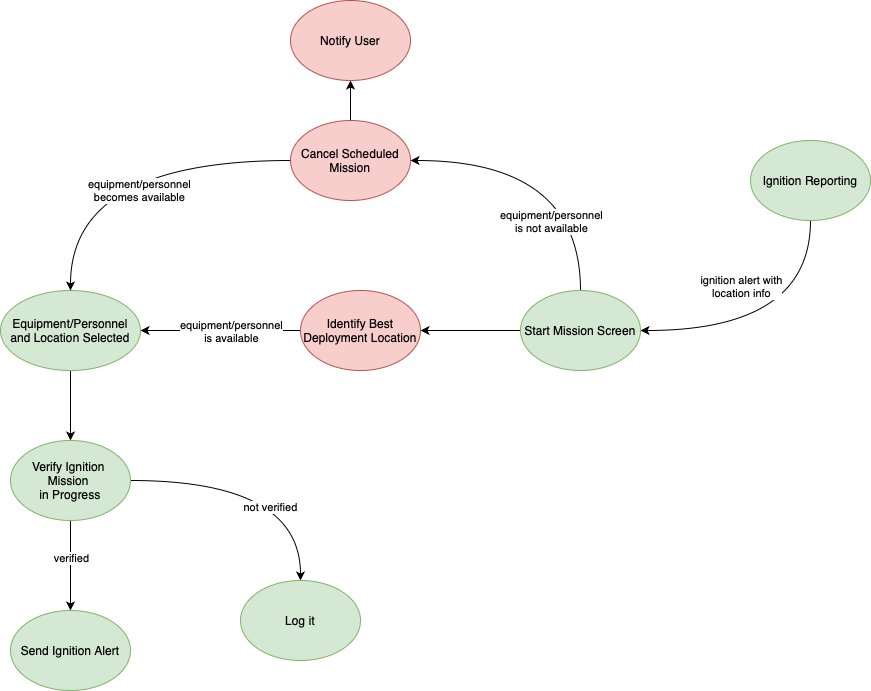
Earlier version of the draw.io export StateDiagrams/Detection.drawio.png (Fire-Prevention/fire-prevention). Source tidied: cells renumbered, new cells last; positions are measured from the earlier drawing's top-left corner, leaving out a move shared by most shapes.
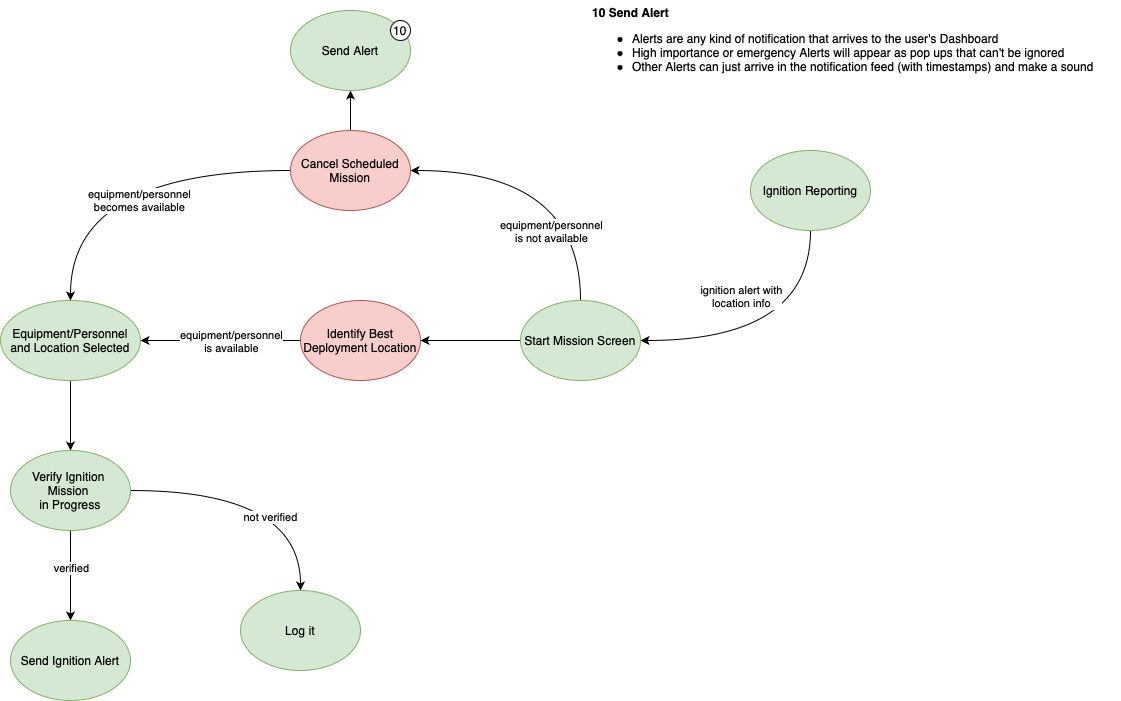
Above is the later version.

The edit, as a diff of the source:
```diff
@@ -90,8 +90,17 @@
     <mxCell id="23" value="Identify Best Deployment Location" style="ellipse;whiteSpace=wrap;html=1;fillColor=#f8cecc;strokeColor=#b85450;" parent="1" vertex="1">
       <mxGeometry x="300" y="290" width="120" height="80" as="geometry" />
     </mxCell>
+    <mxCell id="25" style="group;" parent="1" vertex="1">
+      <mxGeometry x="290" width="120" height="80" as="geometry" />
+    </mxCell>
-    <mxCell id="24" value="Notify User" style="ellipse;whiteSpace=wrap;html=1;fillColor=#f8cecc;strokeColor=#b85450;" parent="1" vertex="1">
-      <mxGeometry x="290" width="120" height="80" as="geometry" />
+    <mxCell id="24" value="Send Alert" style="ellipse;whiteSpace=wrap;html=1;fillColor=#d5e8d4;strokeColor=#82b366;" parent="25" vertex="1">
+      <mxGeometry width="120" height="80" as="geometry" />
     </mxCell>
+    <mxCell id="26" value="10" style="ellipse;whiteSpace=wrap;html=1;" parent="25" vertex="1">
+      <mxGeometry x="100" y="10" width="20" height="20" as="geometry" />
+    </mxCell>
+    <mxCell id="27" value="&lt;b&gt;10 Send Alert&lt;/b&gt;&lt;br&gt;&lt;ul&gt;&lt;li&gt;Alerts are any kind of notification that arrives to the user's Dashboard&lt;/li&gt;&lt;li&gt;High importance or emergency Alerts will appear as pop ups that can't be ignored&lt;/li&gt;&lt;li&gt;Other Alerts can just arrive in the notification feed (with timestamps) and make a sound&lt;/li&gt;&lt;/ul&gt;" style="text;html=1;align=left;verticalAlign=middle;strokeColor=none;fillColor=none;" parent="1" vertex="1">
+      <mxGeometry x="590" y="-10" width="530" height="90" as="geometry" />
+    </mxCell>
   </root>
 </mxGraphModel>
```
